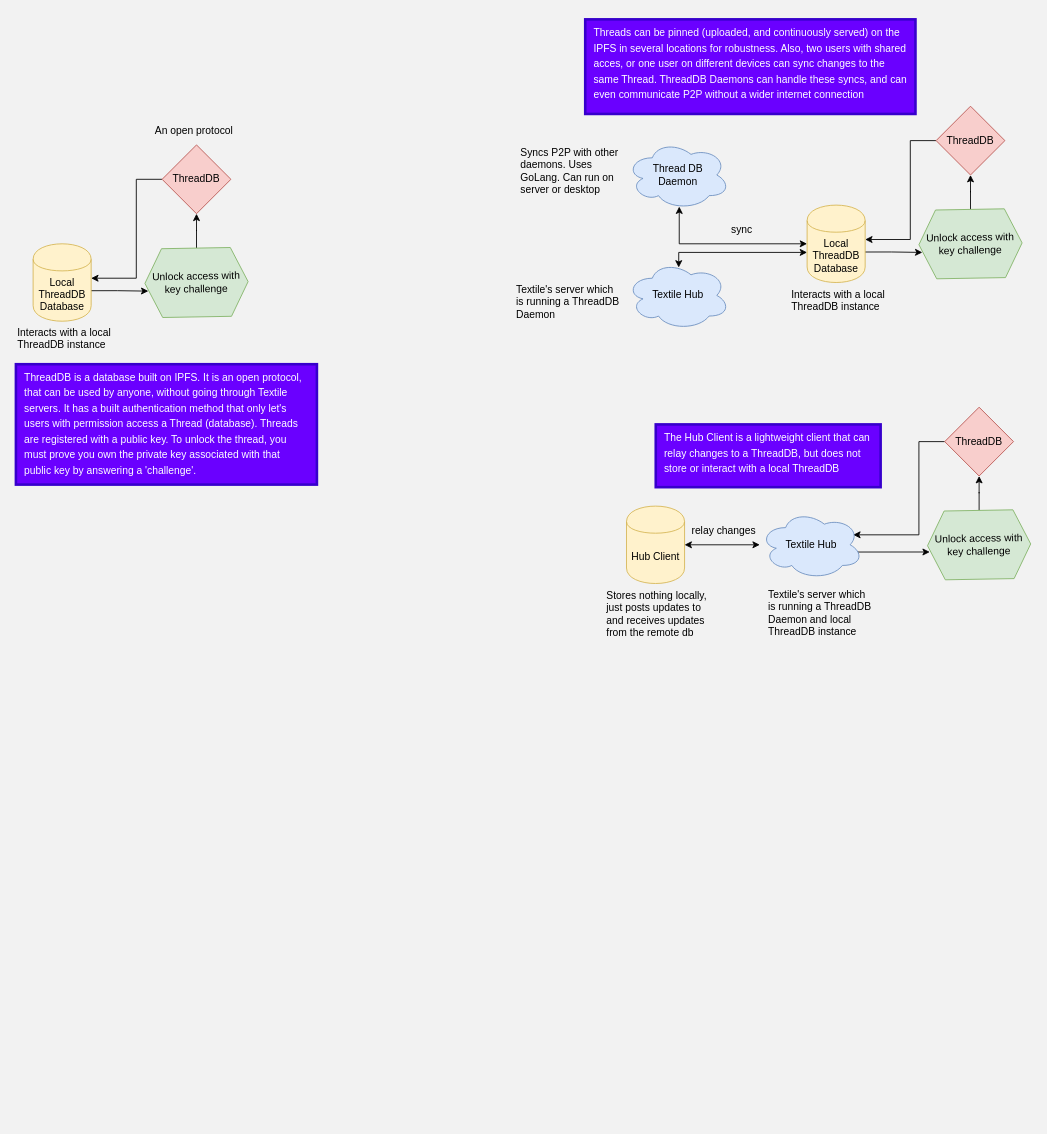
This is Threads auth.drawio from Jewcub/textile-flowcharts, a draw.io file, before an edit. Source tidied: cells renumbered, new cells numbered last; positions are measured from the earlier drawing's top-left corner, leaving out a move shared by most shapes. Both pictures are drawn from the tidied source at 86%, with x=0, y=0 at pixel (15, 19). Pictures stored in the file or linked from it are replaced by grey dashed boxes.
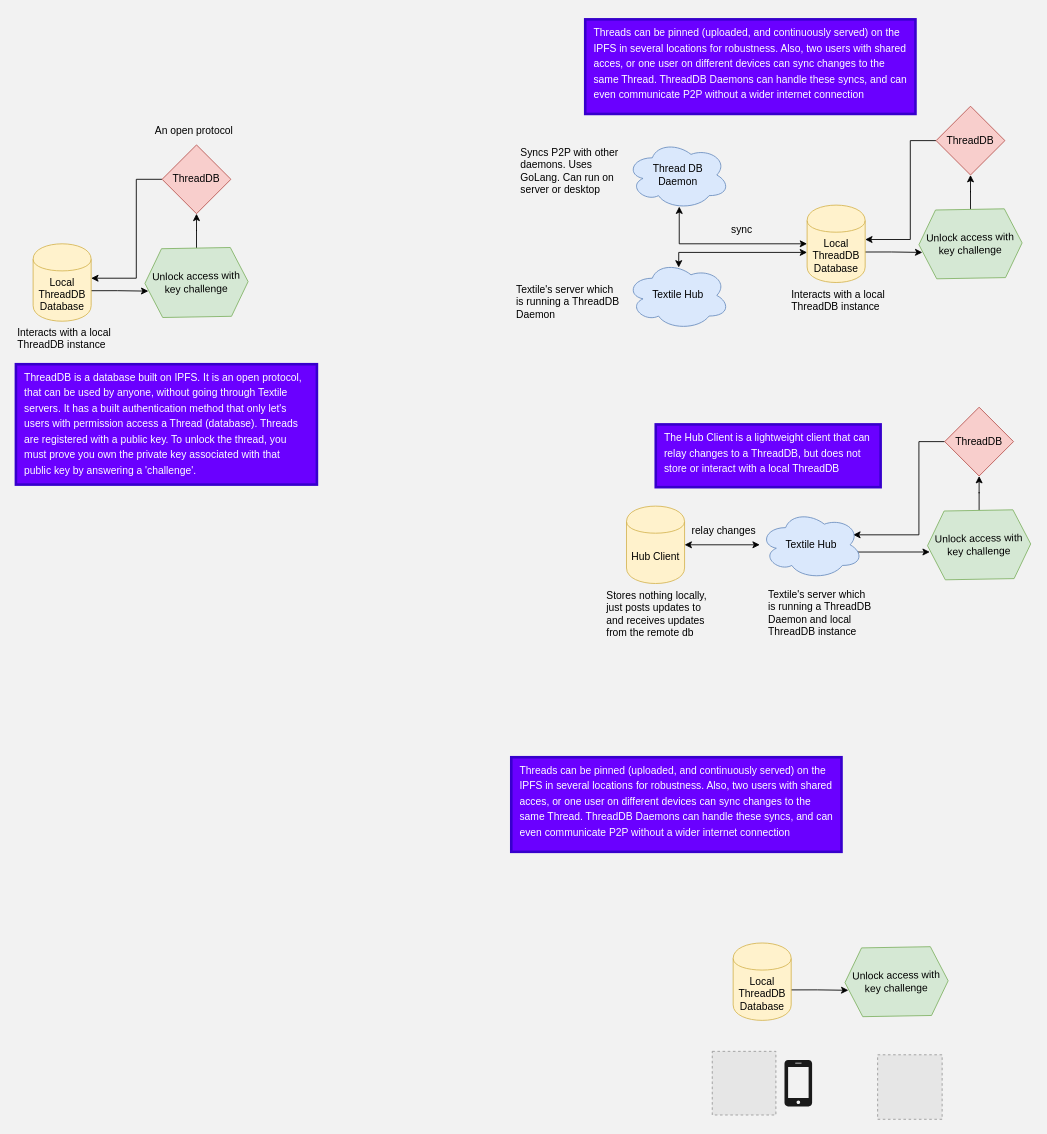
The same diagram, later.

Change to the diagram source:
```diff
@@
+    <mxCell id="43" value="&lt;div&gt;Unlock access with key challenge&lt;/div&gt;" style="shape=hexagon;perimeter=hexagonPerimeter2;whiteSpace=wrap;html=1;fixedSize=1;rotation=-1;fillColor=#d5e8d4;strokeColor=#82b366;" parent="1" vertex="1">
+      <mxGeometry x="964" y="1079" width="120" height="80" as="geometry" />
+    </mxCell>
+    <mxCell id="44" style="edgeStyle=orthogonalEdgeStyle;rounded=0;jettySize=auto;html=1;entryX=0.032;entryY=0.613;entryDx=0;entryDy=0;entryPerimeter=0;startArrow=none;startFill=0;exitX=0.997;exitY=0.606;exitDx=0;exitDy=0;exitPerimeter=0;" parent="1" edge="1" source="45" target="43">
+      <mxGeometry relative="1" as="geometry">
+        <Array as="points">
+          <mxPoint x="932" y="1129" />
+        </Array>
+      </mxGeometry>
+    </mxCell>
+    <mxCell id="45" value="&lt;div&gt;Local ThreadDB Database&lt;/div&gt;" style="shape=cylinder;whiteSpace=wrap;html=1;boundedLbl=1;backgroundOutline=1;fillColor=#fff2cc;strokeColor=#d6b656;" parent="1" vertex="1">
+      <mxGeometry x="834" y="1074" width="67.5" height="90" as="geometry" />
+    </mxCell>
+    <mxCell id="46" style="edgeStyle=elbowEdgeStyle;rounded=0;jettySize=auto;html=1;startArrow=none;startFill=0;elbow=vertical;strokeColor=none;" parent="1" edge="1" target="45">
+      <mxGeometry relative="1" as="geometry">
+        <mxPoint x="864" y="1099" as="sourcePoint" />
+        <Array as="points">
+          <mxPoint x="864" y="959" />
+        </Array>
+      </mxGeometry>
+    </mxCell>
+    <mxCell id="47" value="&lt;p style=&quot;line-height: 150%&quot;&gt;Threads can be pinned (uploaded, and continuously served) on the IPFS in several locations for robustness. Also, two users with shared acces, or one user on different devices can sync changes to the same Thread. ThreadDB Daemons can handle these syncs, and can even communicate P2P without a wider internet connection&lt;/p&gt;" style="text;whiteSpace=wrap;html=1;labelBackgroundColor=none;rounded=0;spacingTop=-10;strokeColor=#3700CC;fontColor=#ffffff;spacingBottom=0;spacing=0;fillColor=#6a00ff;strokeWidth=3;spacingLeft=10;spacingRight=10;" parent="1" vertex="1">
+      <mxGeometry x="576" y="858" width="384" height="110" as="geometry" />
+    </mxCell>
+    <mxCell id="48" style="fillColor=#E6E6E6;strokeColor=#999999;dashed=1;html=1;verticalAlign=top;verticalLabelPosition=bottom;labelBackgroundColor=#ffffff;" parent="1" vertex="1">
+      <mxGeometry x="809.7" y="1200" width="74" height="74" as="geometry" />
+    </mxCell>
+    <mxCell id="49" style="shadow=0;dashed=0;html=1;strokeColor=none;labelPosition=center;verticalLabelPosition=bottom;verticalAlign=top;align=center;shape=mxgraph.office.devices.cell_phone_iphone_standalone;fillColor=#1A1A1A;" parent="1" vertex="1">
+      <mxGeometry x="893.7" y="1210" width="32.1" height="54" as="geometry" />
+    </mxCell>
+    <mxCell id="50" style="fillColor=#E6E6E6;strokeColor=#999999;dashed=1;html=1;verticalAlign=top;verticalLabelPosition=bottom;labelBackgroundColor=#ffffff;" parent="1" vertex="1">
+      <mxGeometry x="1002" y="1204" width="75" height="75" as="geometry" />
+    </mxCell>
```
